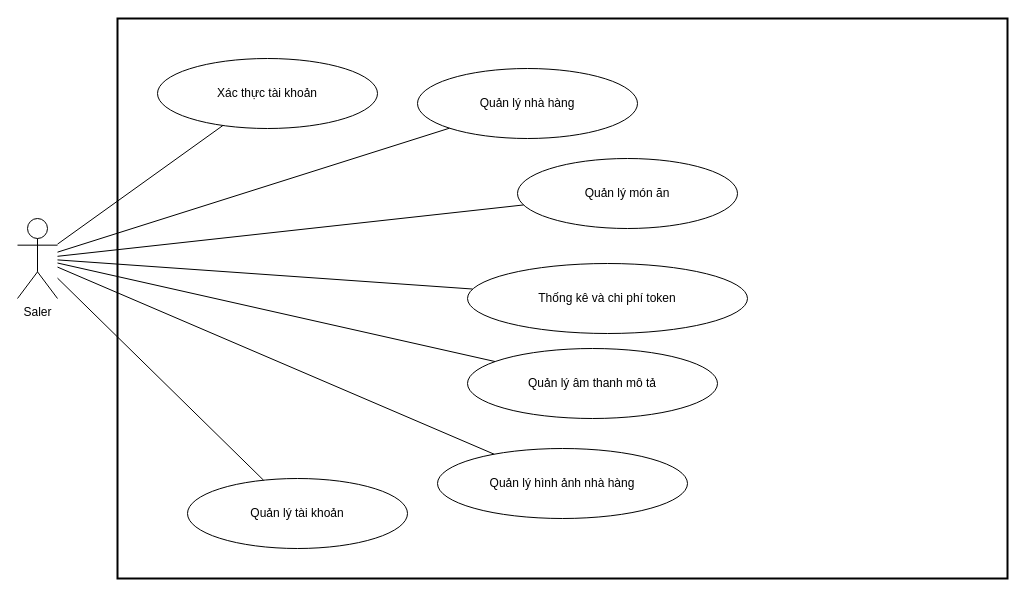
Before: page "Use case tổng quát" (1 of 8) of docs/diagram/usecase/saler/usecase_saler.drawio in sangnp-s-organiztion/food-market-narrator, a draw.io diagram. Source tidied: cells renumbered, new cells numbered last; positions are measured from the earlier drawing's top-left corner, leaving out a move shared by most shapes. Both pictures are drawn from the tidied source at 100%, with x=0, y=0 at pixel (17, 18).
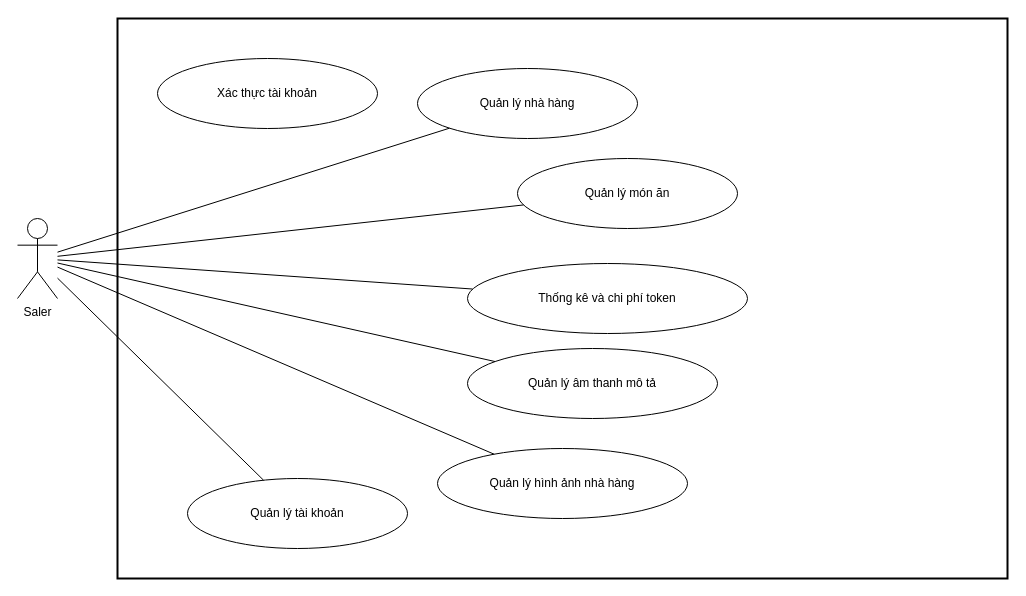
After the change.

What changed in the source:
```diff
@@
 <mxGraphModel>
   <root>
     <mxCell id="0" />
     <mxCell id="1" parent="0" />
     <mxCell id="2" value="Saler" style="shape=umlActor;verticalLabelPosition=bottom;verticalAlign=top;html=1;" parent="1" vertex="1">
       <mxGeometry y="200" width="40" height="80" as="geometry" />
     </mxCell>
     <mxCell id="3" style="rounded=0;whiteSpace=wrap;html=1;strokeWidth=2;fillColor=none;" parent="1" vertex="1">
       <mxGeometry x="100" width="890" height="560" as="geometry" />
     </mxCell>
     <mxCell id="4" value="Xác thực tài khoản" style="ellipse;whiteSpace=wrap;html=1;" parent="1" vertex="1">
       <mxGeometry x="140" y="40" width="220" height="70" as="geometry" />
     </mxCell>
     <mxCell id="5" value="Quản lý nhà hàng" style="ellipse;whiteSpace=wrap;html=1;" parent="1" vertex="1">
       <mxGeometry x="400" y="50" width="220" height="70" as="geometry" />
     </mxCell>
     <mxCell id="6" value="Quản lý món ăn" style="ellipse;whiteSpace=wrap;html=1;" parent="1" vertex="1">
       <mxGeometry x="500" y="140" width="220" height="70" as="geometry" />
     </mxCell>
     <mxCell id="7" value="Quản lý hình ảnh nhà hàng" style="ellipse;whiteSpace=wrap;html=1;" parent="1" vertex="1">
       <mxGeometry x="420" y="430" width="250" height="70" as="geometry" />
     </mxCell>
     <mxCell id="8" value="Quản lý âm thanh mô tả" style="ellipse;whiteSpace=wrap;html=1;" parent="1" vertex="1">
       <mxGeometry x="450" y="330" width="250" height="70" as="geometry" />
     </mxCell>
     <mxCell id="9" value="Thống kê và chi phí token" style="ellipse;whiteSpace=wrap;html=1;" parent="1" vertex="1">
       <mxGeometry x="450" y="245" width="280" height="70" as="geometry" />
     </mxCell>
     <mxCell id="10" value="Quản lý tài khoản" style="ellipse;whiteSpace=wrap;html=1;" parent="1" vertex="1">
       <mxGeometry x="170" y="460" width="220" height="70" as="geometry" />
     </mxCell>
-    <mxCell id="11" style="endArrow=none;html=1;" parent="1" edge="1" source="2" target="4">
-      <mxGeometry relative="1" as="geometry" />
-    </mxCell>
     <mxCell id="12" style="endArrow=none;html=1;" parent="1" edge="1" source="2" target="5">
       <mxGeometry relative="1" as="geometry" />
     </mxCell>
     <mxCell id="13" style="endArrow=none;html=1;" parent="1" edge="1" source="2" target="6">
       <mxGeometry relative="1" as="geometry" />
     </mxCell>
     <mxCell id="14" style="endArrow=none;html=1;" parent="1" edge="1" source="2" target="7">
       <mxGeometry relative="1" as="geometry" />
     </mxCell>
     <mxCell id="15" style="endArrow=none;html=1;" parent="1" edge="1" source="2" target="8">
       <mxGeometry relative="1" as="geometry" />
     </mxCell>
     <mxCell id="16" style="endArrow=none;html=1;" parent="1" edge="1" source="2" target="9">
       <mxGeometry relative="1" as="geometry" />
     </mxCell>
     <mxCell id="17" style="endArrow=none;html=1;" parent="1" edge="1" source="2" target="10">
       <mxGeometry relative="1" as="geometry" />
     </mxCell>
   </root>
 </mxGraphModel>
```
